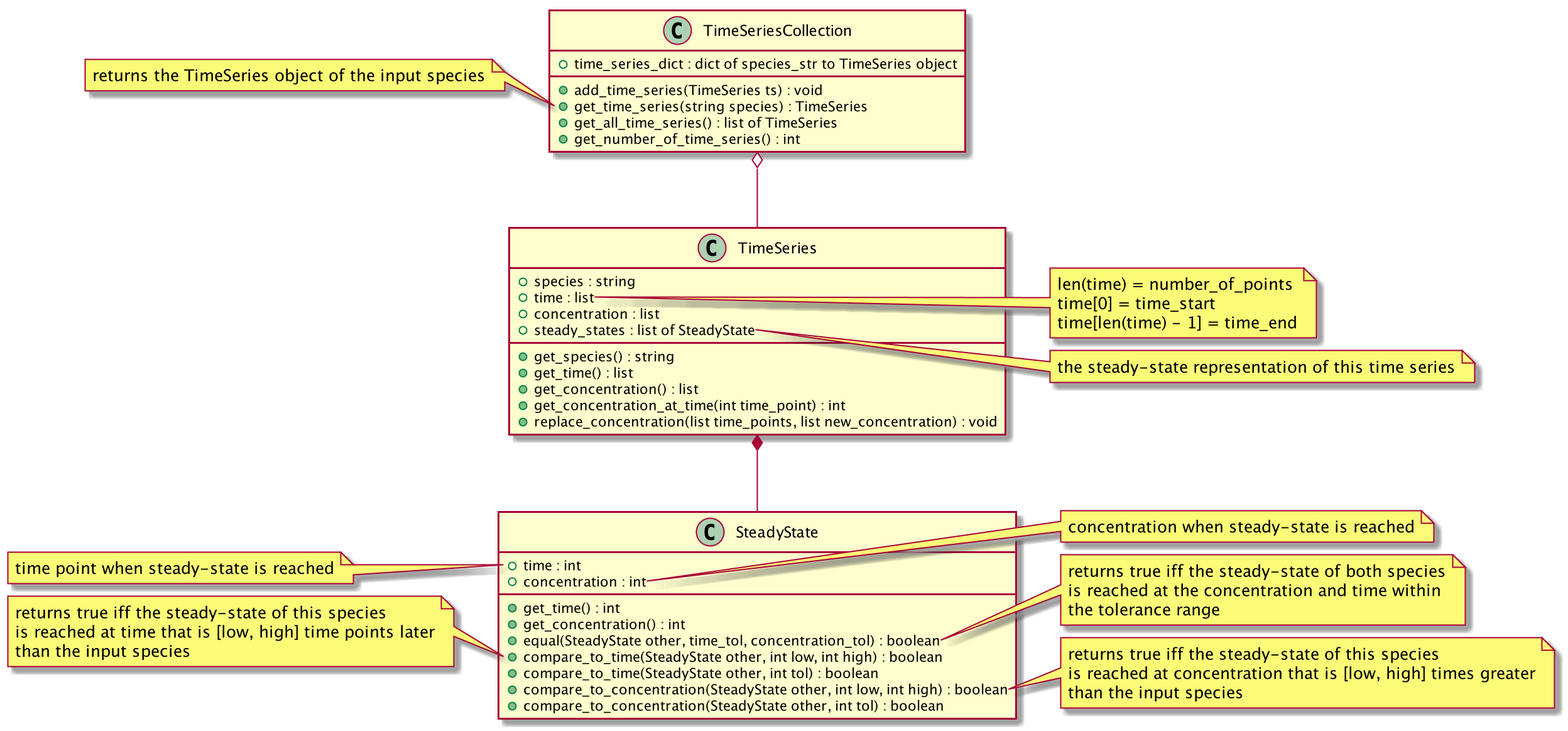
Above: object_model.png in sys-bio/SBviper (PlantUML), before the change. Its diagram source:
```plantuml
@startuml

TimeSeriesCollection o-- TimeSeries

TimeSeries *-- SteadyState

class TimeSeriesCollection {
    +time_series_dict : dict of species_str to TimeSeries object
    +add_time_series(TimeSeries ts) : void
    +get_time_series(string species) : TimeSeries
    +get_all_time_series() : list of TimeSeries
    +get_number_of_time_series() : int
}

class TimeSeries {
    +species : string
    +time : list
    +concentration : list
    +steady_states : list of SteadyState
    +get_species() : string
    +get_time() : list
    +get_concentration() : list
    +get_concentration_at_time(int time_point) : int
    +replace_concentration(list time_points, list new_concentration) : void
}

class SteadyState {
    +time : int
    +concentration : int
    +get_time() : int
    +get_concentration() : int
    +equal(SteadyState other, time_tol, concentration_tol) : boolean
    +compare_to_time(SteadyState other, int low, int high) : boolean
    +compare_to_time(SteadyState other, int tol) : boolean
    +compare_to_concentration(SteadyState other, int low, int high) : boolean
    +compare_to_concentration(SteadyState other, int tol) : boolean
}

note left of TimeSeriesCollection::get_time_series {
    returns the TimeSeries object of the input species
}

note right of TimeSeries::time {
    len(time) = number_of_points
    time[0] = time_start
    time[len(time) - 1] = time_end
}

note right of TimeSeries::steady_state {
    the steady-state representation of this time series
}

note left of SteadyState::time {
    time point when steady-state is reached
}

note right of SteadyState::concentration {
    concentration when steady-state is reached
}

note right of SteadyState::equal {
    returns true iff the steady-state of both species
    is reached at the concentration and time within
    the tolerance range
}

note left of SteadyState::compare_to_time {
    returns true iff the steady-state of this species
    is reached at time that is [low, high] time points later
    than the input species
}

note right of SteadyState::compare_to_concentration {
    returns true iff the steady-state of this species
    is reached at concentration that is [low, high] times greater
    than the input species
}

@enduml
```
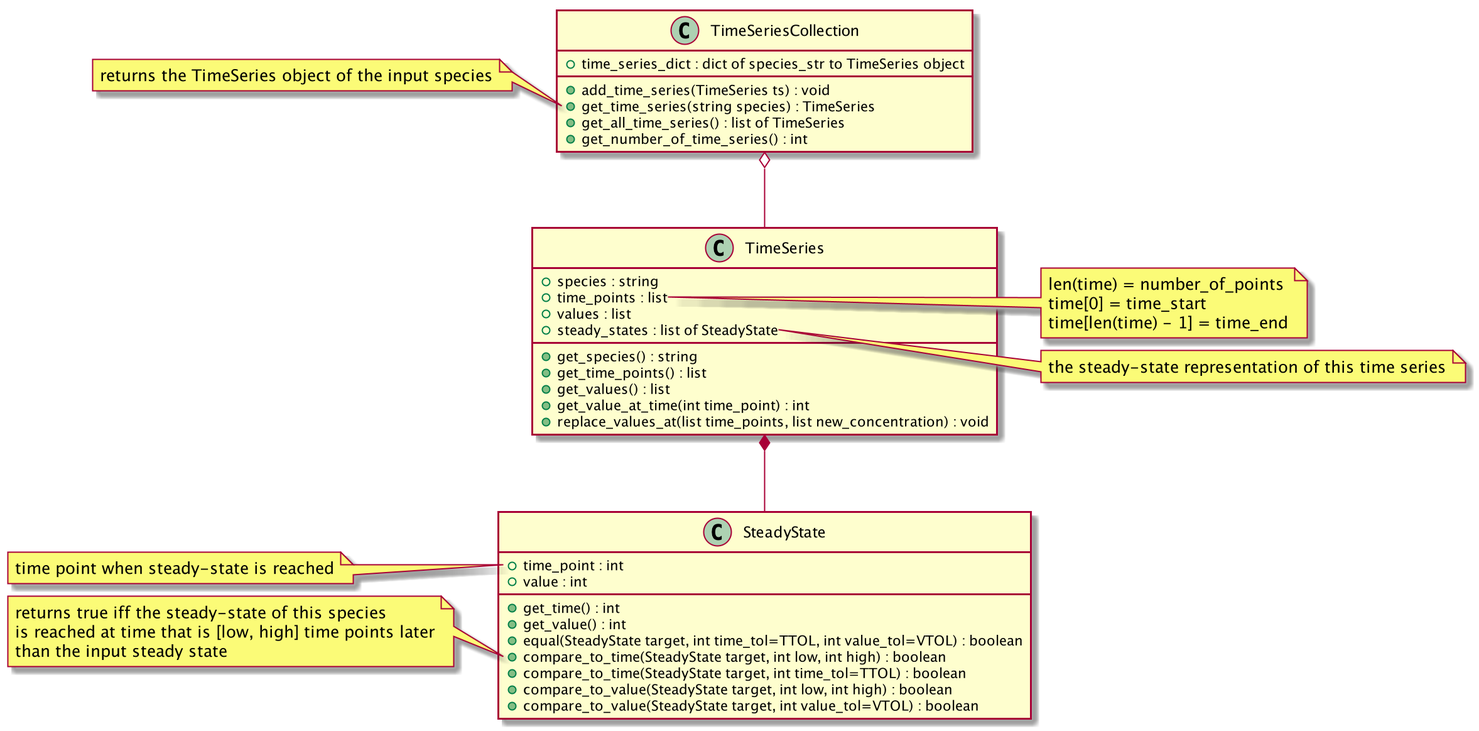
After the commit.

The edit, as a diff of the source:
```diff
@@ -14,26 +14,26 @@
 
 class TimeSeries {
     +species : string
-    +time : list
-    +concentration : list
+    +time_points : list
+    +values : list
     +steady_states : list of SteadyState
     +get_species() : string
-    +get_time() : list
-    +get_concentration() : list
-    +get_concentration_at_time(int time_point) : int
-    +replace_concentration(list time_points, list new_concentration) : void
+    +get_time_points() : list
+    +get_values() : list
+    +get_value_at_time(int time_point) : int
+    +replace_values_at(list time_points, list new_concentration) : void
 }
 
 class SteadyState {
-    +time : int
-    +concentration : int
+    +time_point : int
+    +value : int
     +get_time() : int
-    +get_concentration() : int
-    +equal(SteadyState other, time_tol, concentration_tol) : boolean
-    +compare_to_time(SteadyState other, int low, int high) : boolean
-    +compare_to_time(SteadyState other, int tol) : boolean
-    +compare_to_concentration(SteadyState other, int low, int high) : boolean
-    +compare_to_concentration(SteadyState other, int tol) : boolean
+    +get_value() : int
+    +equal(SteadyState target, int time_tol=TTOL, int value_tol=VTOL) : boolean
+    +compare_to_time(SteadyState target, int low, int high) : boolean
+    +compare_to_time(SteadyState target, int time_tol=TTOL) : boolean
+    +compare_to_value(SteadyState target, int low, int high) : boolean
+    +compare_to_value(SteadyState target, int value_tol=VTOL) : boolean
 }
 
 note left of TimeSeriesCollection::get_time_series {
@@ -67,13 +67,13 @@
 note left of SteadyState::compare_to_time {
     returns true iff the steady-state of this species
     is reached at time that is [low, high] time points later
-    than the input species
+    than the input steady state
 }
 
 note right of SteadyState::compare_to_concentration {
     returns true iff the steady-state of this species
     is reached at concentration that is [low, high] times greater
-    than the input species
+    than the input steady state
 }
 
 @enduml
```
